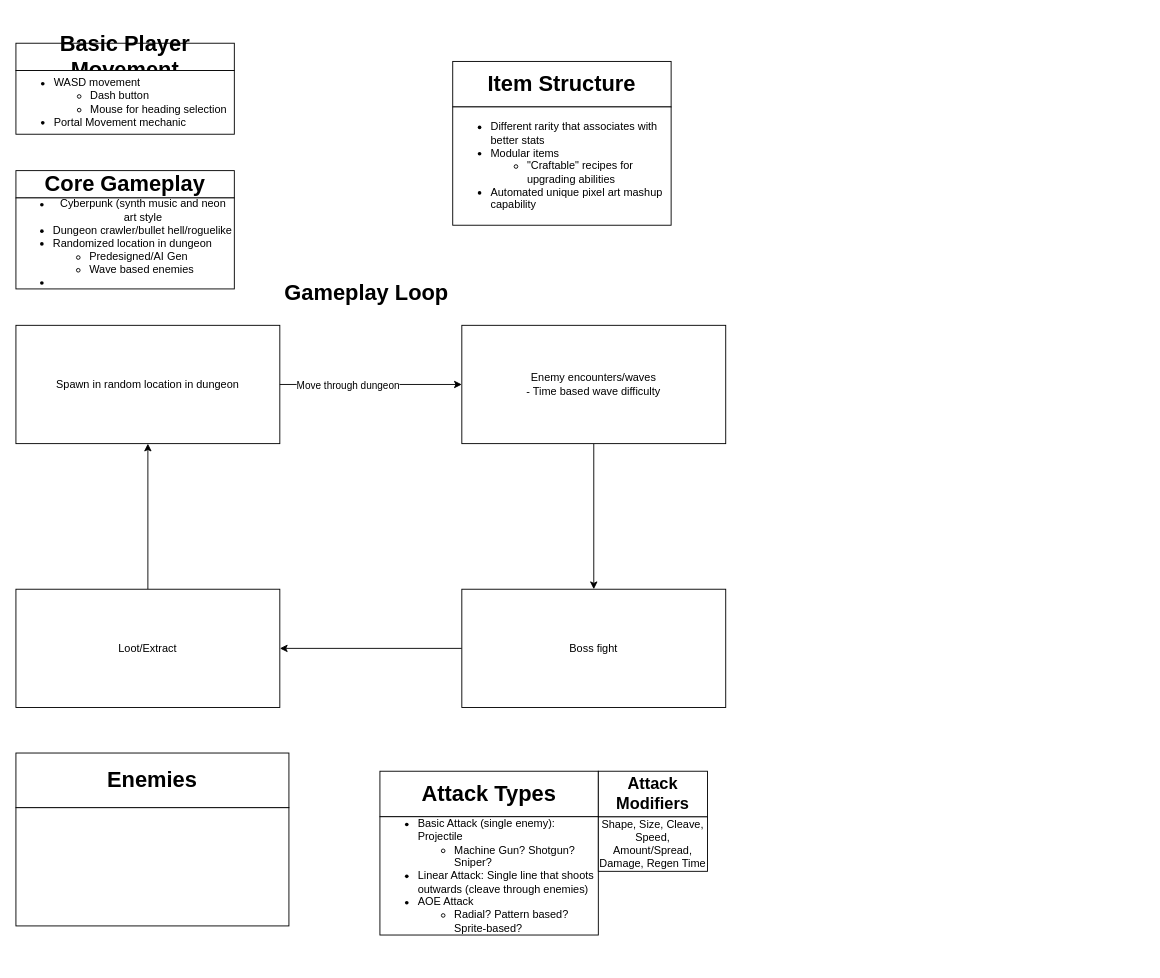
The draw.io diagram project_brainstorm.drawio in joshuaparmenter/Chilled-Out, before the edit. Source tidied: cells renumbered, new cells numbered last; positions are measured from the earlier drawing's top-left corner, leaving out a move shared by most shapes. Both pictures are drawn from the tidied source at 91%, with x=0, y=0 at pixel (15, 43).
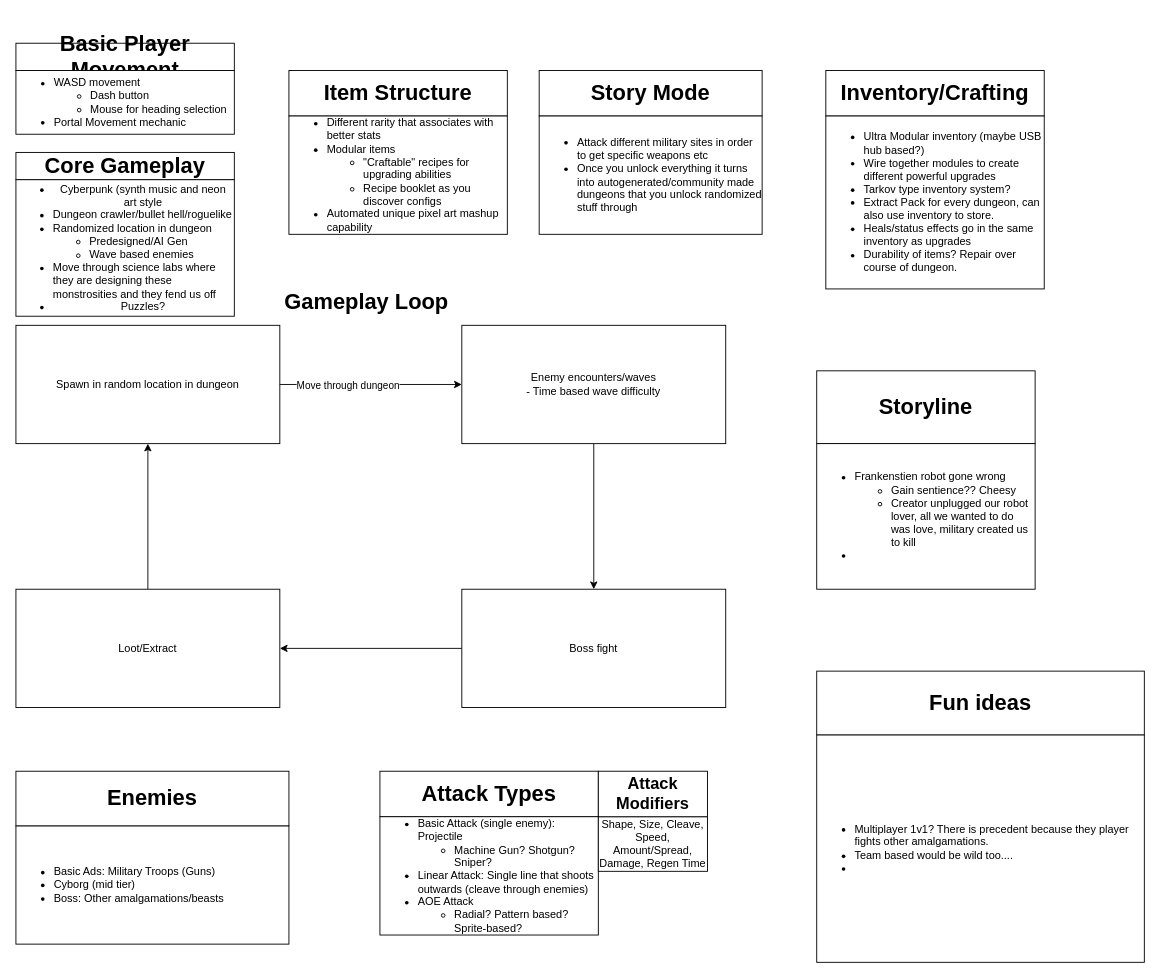
The same diagram, later.

The edit, as a diff of the source:
```diff
@@
     <mxCell id="4" value="&lt;h1&gt;Core Gameplay&lt;/h1&gt;" style="rounded=0;whiteSpace=wrap;html=1;align=center;" parent="1" vertex="1">
-      <mxGeometry y="140" width="240" height="30" as="geometry" />
+      <mxGeometry y="120" width="240" height="30" as="geometry" />
     </mxCell>
-    <mxCell id="5" value="&lt;ul&gt;&lt;li&gt;Cyberpunk (synth music and neon art style&lt;/li&gt;&lt;li&gt;&lt;div align=&quot;left&quot;&gt;Dungeon crawler/bullet hell/roguelike&lt;/div&gt;&lt;/li&gt;&lt;li&gt;&lt;div align=&quot;left&quot;&gt;Randomized location in dungeon&lt;/div&gt;&lt;/li&gt;&lt;ul&gt;&lt;li&gt;&lt;div align=&quot;left&quot;&gt;Predesigned/AI Gen&lt;/div&gt;&lt;/li&gt;&lt;li&gt;&lt;div align=&quot;left&quot;&gt;Wave based enemies&lt;/div&gt;&lt;/li&gt;&lt;/ul&gt;&lt;li&gt;&lt;div align=&quot;left&quot;&gt;&lt;br&gt;&lt;/div&gt;&lt;/li&gt;&lt;/ul&gt;" style="rounded=0;whiteSpace=wrap;html=1;" parent="1" vertex="1">
-      <mxGeometry y="170" width="240" height="100" as="geometry" />
+    <mxCell id="5" value="&lt;ul&gt;&lt;li&gt;Cyberpunk (synth music and neon art style&lt;/li&gt;&lt;li&gt;&lt;div align=&quot;left&quot;&gt;Dungeon crawler/bullet hell/roguelike&lt;/div&gt;&lt;/li&gt;&lt;li&gt;&lt;div align=&quot;left&quot;&gt;Randomized location in dungeon&lt;/div&gt;&lt;/li&gt;&lt;ul&gt;&lt;li&gt;&lt;div align=&quot;left&quot;&gt;Predesigned/AI Gen&lt;/div&gt;&lt;/li&gt;&lt;li&gt;&lt;div align=&quot;left&quot;&gt;Wave based enemies&lt;/div&gt;&lt;/li&gt;&lt;/ul&gt;&lt;li&gt;&lt;div align=&quot;left&quot;&gt;Move through science labs where they are designing these monstrosities and they fend us off&lt;/div&gt;&lt;/li&gt;&lt;li&gt;Puzzles?&lt;/li&gt;&lt;/ul&gt;" style="rounded=0;whiteSpace=wrap;html=1;" parent="1" vertex="1">
+      <mxGeometry y="150" width="240" height="150" as="geometry" />
     </mxCell>
@@
     <mxCell id="15" value="&lt;h1&gt;Item Structure&lt;/h1&gt;" style="rounded=0;whiteSpace=wrap;html=1;" parent="1" vertex="1">
-      <mxGeometry x="480" y="20" width="240" height="50" as="geometry" />
+      <mxGeometry x="300" y="30" width="240" height="50" as="geometry" />
     </mxCell>
-    <mxCell id="16" value="&lt;div align=&quot;left&quot;&gt;&lt;ul&gt;&lt;li&gt;Different rarity that associates with better stats&lt;/li&gt;&lt;li&gt;Modular items &lt;br&gt;&lt;/li&gt;&lt;ul&gt;&lt;li&gt;&quot;Craftable&quot; recipes for upgrading abilities&lt;/li&gt;&lt;/ul&gt;&lt;li&gt;Automated unique pixel art mashup capability&lt;/li&gt;&lt;/ul&gt;&lt;/div&gt;" style="rounded=0;whiteSpace=wrap;html=1;align=left;" parent="1" vertex="1">
-      <mxGeometry x="480" y="70" width="240" height="130" as="geometry" />
+    <mxCell id="16" value="&lt;div align=&quot;left&quot;&gt;&lt;ul&gt;&lt;li&gt;Different rarity that associates with better stats&lt;/li&gt;&lt;li&gt;Modular items &lt;br&gt;&lt;/li&gt;&lt;ul&gt;&lt;li&gt;&quot;Craftable&quot; recipes for upgrading abilities&lt;/li&gt;&lt;li&gt;Recipe booklet as you discover configs&lt;/li&gt;&lt;/ul&gt;&lt;li&gt;Automated unique pixel art mashup capability&lt;/li&gt;&lt;/ul&gt;&lt;/div&gt;" style="rounded=0;whiteSpace=wrap;html=1;align=left;" parent="1" vertex="1">
+      <mxGeometry x="300" y="80" width="240" height="130" as="geometry" />
     </mxCell>
     <mxCell id="17" value="&lt;h1&gt;Gameplay Loop&lt;/h1&gt;" style="text;html=1;align=center;verticalAlign=middle;strokeColor=none;fillColor=none;" parent="1" vertex="1">
-      <mxGeometry x="290" y="240" width="190" height="70" as="geometry" />
+      <mxGeometry x="290" y="250" width="190" height="70" as="geometry" />
     </mxCell>
@@
-    <mxCell id="22" style="rounded=0;whiteSpace=wrap;html=1;" parent="1" vertex="1">
-      <mxGeometry y="840" width="300" height="130" as="geometry" />
+    <mxCell id="22" value="&lt;ul&gt;&lt;li&gt;Basic Ads: Military Troops (Guns)&lt;/li&gt;&lt;li&gt;Cyborg (mid tier)&lt;/li&gt;&lt;li&gt;Boss: Other amalgamations/beasts&lt;/li&gt;&lt;/ul&gt;" style="rounded=0;whiteSpace=wrap;html=1;align=left;" parent="1" vertex="1">
+      <mxGeometry y="860" width="300" height="130" as="geometry" />
     </mxCell>
     <mxCell id="23" value="&lt;h1&gt;Enemies&lt;/h1&gt;" style="rounded=0;whiteSpace=wrap;html=1;" parent="1" vertex="1">
-      <mxGeometry y="780" width="300" height="60" as="geometry" />
+      <mxGeometry y="800" width="300" height="60" as="geometry" />
     </mxCell>
+    <mxCell id="24" value="&lt;h1&gt;Inventory/Crafting&lt;/h1&gt;" style="rounded=0;whiteSpace=wrap;html=1;" parent="1" vertex="1">
+      <mxGeometry x="890" y="30" width="240" height="50" as="geometry" />
+    </mxCell>
+    <mxCell id="25" value="&lt;div align=&quot;left&quot;&gt;&lt;ul&gt;&lt;li&gt;Ultra Modular inventory (maybe USB hub based?) &lt;br&gt;&lt;/li&gt;&lt;li&gt;Wire together modules to create different powerful upgrades&lt;/li&gt;&lt;li&gt;Tarkov type inventory system?&lt;/li&gt;&lt;li&gt;Extract Pack for every dungeon, can also use inventory to store.&lt;/li&gt;&lt;li&gt;Heals/status effects go in the same inventory as upgrades&lt;/li&gt;&lt;li&gt;Durability of items? Repair over course of dungeon.&lt;/li&gt;&lt;/ul&gt;&lt;/div&gt;" style="rounded=0;whiteSpace=wrap;html=1;align=left;" parent="1" vertex="1">
+      <mxGeometry x="890" y="80" width="240" height="190" as="geometry" />
+    </mxCell>
+    <mxCell id="26" value="&lt;h1&gt;Storyline&lt;/h1&gt;" style="rounded=0;whiteSpace=wrap;html=1;" parent="1" vertex="1">
+      <mxGeometry x="880" y="360" width="240" height="80" as="geometry" />
+    </mxCell>
+    <mxCell id="27" value="&lt;ul&gt;&lt;li&gt;Frankenstien robot gone wrong&lt;/li&gt;&lt;ul&gt;&lt;li&gt;Gain sentience?? Cheesy&lt;/li&gt;&lt;li&gt;Creator unplugged our robot lover, all we wanted to do was love, military created us to kill&lt;/li&gt;&lt;/ul&gt;&lt;li&gt;&lt;br&gt;&lt;/li&gt;&lt;/ul&gt;" style="rounded=0;whiteSpace=wrap;html=1;align=left;" parent="1" vertex="1">
+      <mxGeometry x="880" y="440" width="240" height="160" as="geometry" />
+    </mxCell>
+    <mxCell id="28" value="&lt;ul&gt;&lt;li&gt;Multiplayer 1v1? There is precedent because they player fights other amalgamations. &lt;br&gt;&lt;/li&gt;&lt;li&gt;Team based would be wild too....&lt;/li&gt;&lt;li&gt;&lt;br&gt;&lt;/li&gt;&lt;/ul&gt;" style="rounded=0;whiteSpace=wrap;html=1;align=left;" parent="1" vertex="1">
+      <mxGeometry x="880" y="760" width="360" height="250" as="geometry" />
+    </mxCell>
+    <mxCell id="29" value="&lt;h1&gt;Fun ideas&lt;/h1&gt;" style="rounded=0;whiteSpace=wrap;html=1;" parent="1" vertex="1">
+      <mxGeometry x="880" y="690" width="360" height="70" as="geometry" />
+    </mxCell>
+    <mxCell id="30" value="&lt;h1&gt;Story Mode&lt;/h1&gt;" style="rounded=0;whiteSpace=wrap;html=1;" parent="1" vertex="1">
+      <mxGeometry x="575" y="30" width="245" height="50" as="geometry" />
+    </mxCell>
+    <mxCell id="31" value="&lt;ul&gt;&lt;li&gt;Attack different military sites in order to get specific weapons etc&lt;/li&gt;&lt;li&gt;Once you unlock everything it turns into autogenerated/community made dungeons that you unlock randomized stuff through&lt;/li&gt;&lt;/ul&gt;" style="rounded=0;whiteSpace=wrap;html=1;align=left;" parent="1" vertex="1">
+      <mxGeometry x="575" y="80" width="245" height="130" as="geometry" />
+    </mxCell>
+    <mxCell id="32" style="edgeStyle=orthogonalEdgeStyle;rounded=0;orthogonalLoop=1;jettySize=auto;html=1;exitX=0.5;exitY=1;exitDx=0;exitDy=0;" parent="1" edge="1" source="5" target="5">
+      <mxGeometry relative="1" as="geometry" />
+    </mxCell>
```
